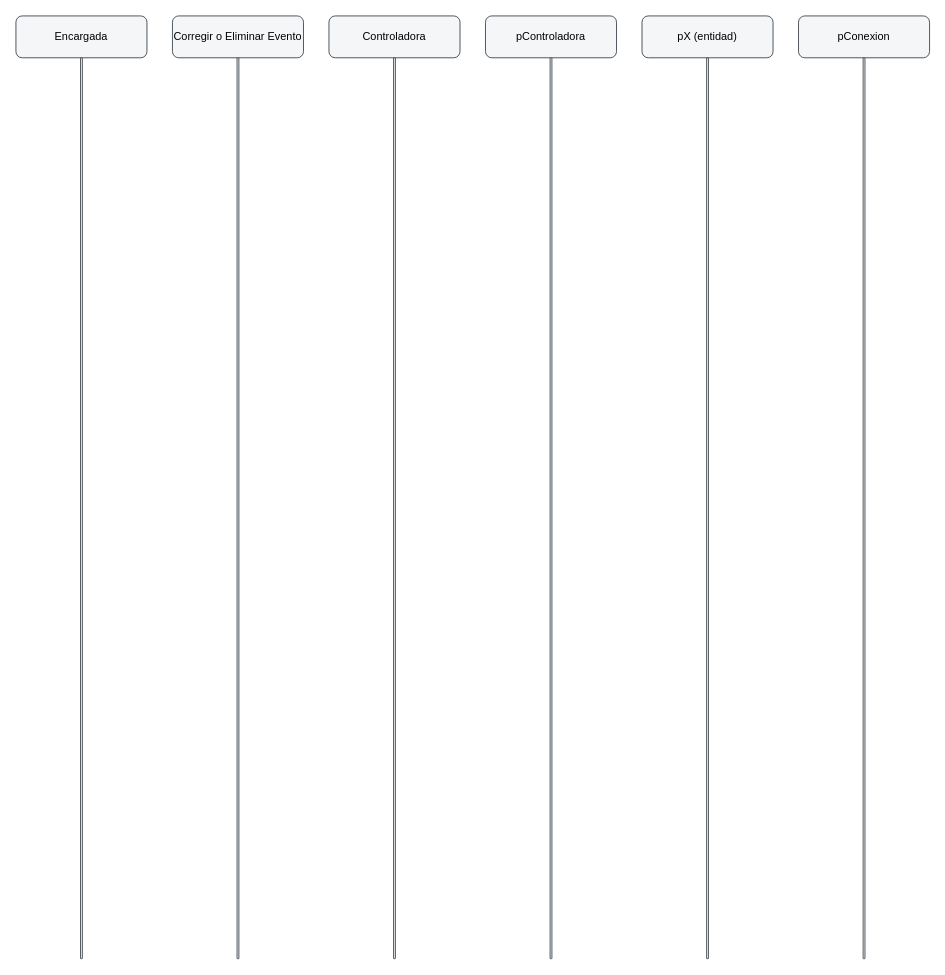
This is docs/diagramas/secuencia/secuencia-cu34.drawio from santinodelmonte/Tesis, a draw.io file, before an edit. Source tidied: cells renumbered, new cells numbered last; positions are measured from the earlier drawing's top-left corner, leaving out a move shared by most shapes. Both pictures are drawn from the tidied source at 91%, with x=0, y=0 at pixel (15, 15).
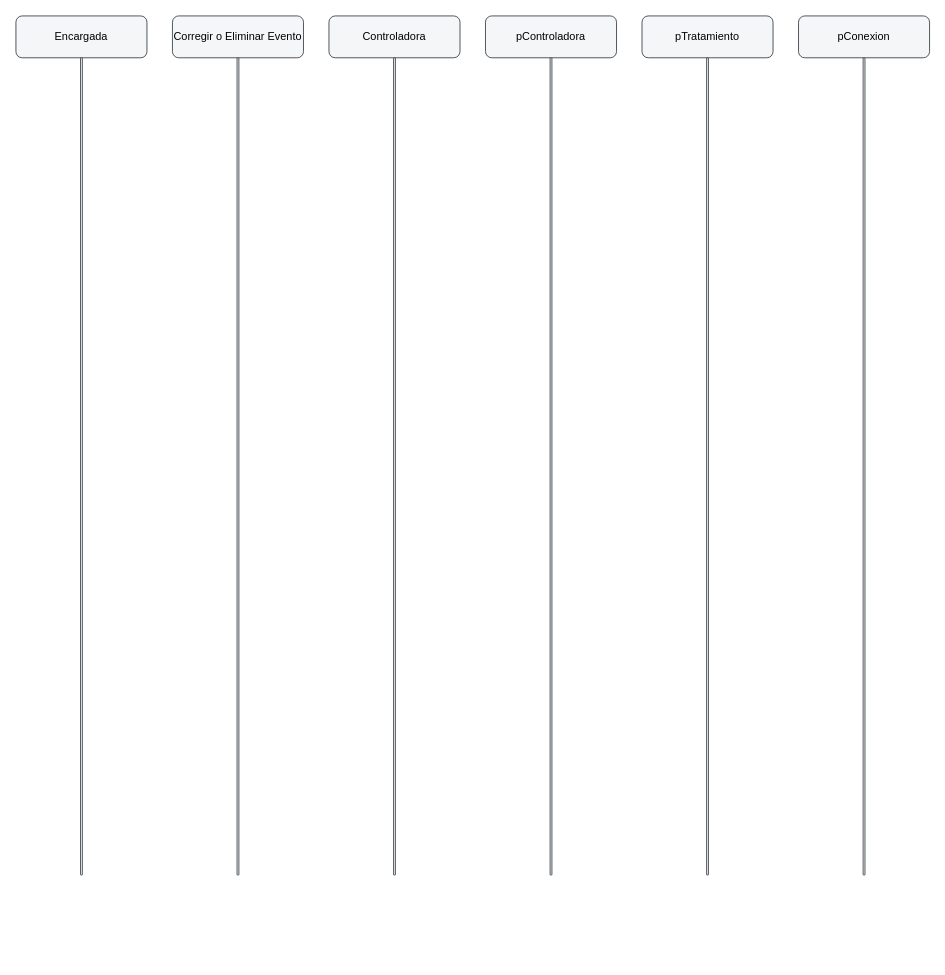
Above is the later version.

Diff of the diagram source:
```diff
@@
 <mxGraphModel>
   <root>
     <mxCell id="0" />
     <mxCell id="1" parent="0" />
     <mxCell id="2" value="Encargada" style="rounded=1;whiteSpace=wrap;html=1;fillColor=#f4f6f8;strokeColor=#40484f;" parent="1" vertex="1">
       <mxGeometry width="144" height="46" as="geometry" />
     </mxCell>
     <mxCell id="3" style="rounded=1;whiteSpace=wrap;html=1;fillColor=#f4f6f8;strokeColor=#40484f;" parent="1" vertex="1">
-      <mxGeometry x="71" y="46" width="2" height="990" as="geometry" />
+      <mxGeometry x="71" y="46" width="2" height="898" as="geometry" />
     </mxCell>
     <mxCell id="4" value="Corregir o Eliminar Evento" style="rounded=1;whiteSpace=wrap;html=1;fillColor=#f4f6f8;strokeColor=#40484f;" parent="1" vertex="1">
       <mxGeometry x="172" width="144" height="46" as="geometry" />
     </mxCell>
     <mxCell id="5" style="rounded=1;whiteSpace=wrap;html=1;fillColor=#f4f6f8;strokeColor=#40484f;" parent="1" vertex="1">
-      <mxGeometry x="243" y="46" width="2" height="990" as="geometry" />
+      <mxGeometry x="243" y="46" width="2" height="898" as="geometry" />
     </mxCell>
     <mxCell id="6" value="Controladora" style="rounded=1;whiteSpace=wrap;html=1;fillColor=#f4f6f8;strokeColor=#40484f;" parent="1" vertex="1">
       <mxGeometry x="344" width="144" height="46" as="geometry" />
     </mxCell>
     <mxCell id="7" style="rounded=1;whiteSpace=wrap;html=1;fillColor=#f4f6f8;strokeColor=#40484f;" parent="1" vertex="1">
-      <mxGeometry x="415" y="46" width="2" height="990" as="geometry" />
+      <mxGeometry x="415" y="46" width="2" height="898" as="geometry" />
     </mxCell>
     <mxCell id="8" value="pControladora" style="rounded=1;whiteSpace=wrap;html=1;fillColor=#f4f6f8;strokeColor=#40484f;" parent="1" vertex="1">
       <mxGeometry x="516" width="144" height="46" as="geometry" />
     </mxCell>
     <mxCell id="9" style="rounded=1;whiteSpace=wrap;html=1;fillColor=#f4f6f8;strokeColor=#40484f;" parent="1" vertex="1">
-      <mxGeometry x="587" y="46" width="2" height="990" as="geometry" />
+      <mxGeometry x="587" y="46" width="2" height="898" as="geometry" />
     </mxCell>
-    <mxCell id="10" value="pX (entidad)" style="rounded=1;whiteSpace=wrap;html=1;fillColor=#f4f6f8;strokeColor=#40484f;" parent="1" vertex="1">
+    <mxCell id="10" value="pTratamiento" style="rounded=1;whiteSpace=wrap;html=1;fillColor=#f4f6f8;strokeColor=#40484f;" parent="1" vertex="1">
       <mxGeometry x="688" width="144" height="46" as="geometry" />
     </mxCell>
     <mxCell id="11" style="rounded=1;whiteSpace=wrap;html=1;fillColor=#f4f6f8;strokeColor=#40484f;" parent="1" vertex="1">
-      <mxGeometry x="759" y="46" width="2" height="990" as="geometry" />
+      <mxGeometry x="759" y="46" width="2" height="898" as="geometry" />
     </mxCell>
     <mxCell id="12" value="pConexion" style="rounded=1;whiteSpace=wrap;html=1;fillColor=#f4f6f8;strokeColor=#40484f;" parent="1" vertex="1">
       <mxGeometry x="860" width="144" height="46" as="geometry" />
     </mxCell>
     <mxCell id="13" style="rounded=1;whiteSpace=wrap;html=1;fillColor=#f4f6f8;strokeColor=#40484f;" parent="1" vertex="1">
-      <mxGeometry x="931" y="46" width="2" height="990" as="geometry" />
+      <mxGeometry x="931" y="46" width="2" height="898" as="geometry" />
     </mxCell>
   </root>
 </mxGraphModel>
```
